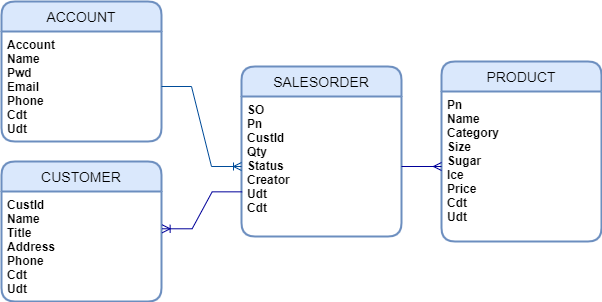
JWayneLink/KingsTeaApi keeps this draw.io diagram as KingsTeaAppDatabaseEntity.png. Above is the earlier version. Source tidied: cells renumbered, new cells last; positions are measured from the earlier drawing's top-left corner, leaving out a move shared by most shapes. The source it was exported from:
```xml
<mxGraphModel>
  <root>
    <mxCell id="0" />
    <mxCell id="1" parent="0" />
    <mxCell id="2" value="ACCOUNT" style="swimlane;horizontal=1;startSize=30;rounded=1;fontSize=14;fontStyle=0;strokeWidth=2;shadow=0;dashed=0;align=center;fillColor=#dae8fc;strokeColor=#6c8ebf;" parent="1" vertex="1">
      <mxGeometry width="160" height="140" as="geometry" />
    </mxCell>
    <mxCell id="3" value="Account&#10;Name&#10;Pwd&#10;Email&#10;Phone&#10;Cdt&#10;Udt" style="align=left;strokeColor=none;fillColor=none;spacingLeft=4;fontSize=12;verticalAlign=top;fontStyle=1;" parent="2" vertex="1">
      <mxGeometry y="30" width="160" height="110" as="geometry" />
    </mxCell>
    <mxCell id="4" value="PRODUCT" style="swimlane;horizontal=1;startSize=30;rounded=1;fontSize=14;fontStyle=0;strokeWidth=2;shadow=0;dashed=0;align=center;fillColor=#dae8fc;strokeColor=#6c8ebf;" parent="1" vertex="1">
      <mxGeometry x="440" y="60" width="160" height="180" as="geometry" />
    </mxCell>
    <mxCell id="5" value="Pn&#10;Name&#10;Category&#10;Size&#10;Sugar&#10;Ice&#10;Price&#10;Cdt&#10;Udt" style="align=left;strokeColor=none;fillColor=none;spacingLeft=4;fontSize=12;verticalAlign=top;fontStyle=1;" parent="4" vertex="1">
      <mxGeometry y="30" width="160" height="150" as="geometry" />
    </mxCell>
    <mxCell id="6" value="CUSTOMER" style="swimlane;horizontal=1;startSize=30;rounded=1;fontSize=14;fontStyle=0;strokeWidth=2;shadow=0;dashed=0;align=center;fillColor=#dae8fc;strokeColor=#6c8ebf;" parent="1" vertex="1">
      <mxGeometry y="160" width="160" height="140" as="geometry" />
    </mxCell>
    <mxCell id="7" value="CustId&#10;Name&#10;Title&#10;Address&#10;Phone&#10;Cdt&#10;Udt" style="align=left;strokeColor=none;fillColor=none;spacingLeft=4;fontSize=12;verticalAlign=top;fontStyle=1;" parent="6" vertex="1">
      <mxGeometry y="30" width="160" height="110" as="geometry" />
    </mxCell>
    <mxCell id="8" value="SALESORDER" style="swimlane;horizontal=1;startSize=30;rounded=1;fontSize=14;fontStyle=0;strokeWidth=2;shadow=0;dashed=0;align=center;fillColor=#dae8fc;strokeColor=#6c8ebf;" parent="1" vertex="1">
      <mxGeometry x="240" y="65" width="160" height="170" as="geometry" />
    </mxCell>
    <mxCell id="9" value="SO&#10;Pn&#10;CustId&#10;Qty&#10;Status&#10;Creator&#10;Udt&#10;Cdt" style="align=left;strokeColor=none;fillColor=none;spacingLeft=4;fontSize=12;verticalAlign=top;fontStyle=1;" parent="8" vertex="1">
      <mxGeometry y="30" width="160" height="140" as="geometry" />
    </mxCell>
    <mxCell id="10" style="edgeStyle=entityRelationEdgeStyle;fontSize=12;html=1;endArrow=ERmany;rounded=0;exitX=1;exitY=0.5;exitDx=0;exitDy=0;strokeColor=#000099;" parent="1" edge="1" source="9" target="5">
      <mxGeometry relative="1" as="geometry" />
    </mxCell>
    <mxCell id="11" style="edgeStyle=entityRelationEdgeStyle;fontSize=12;html=1;endArrow=ERoneToMany;rounded=0;entryX=0;entryY=0.5;entryDx=0;entryDy=0;exitX=1;exitY=0.5;exitDx=0;exitDy=0;fillColor=#dae8fc;strokeColor=#004C99;" parent="1" edge="1" source="3" target="9">
      <mxGeometry relative="1" as="geometry" />
    </mxCell>
    <mxCell id="12" style="edgeStyle=entityRelationEdgeStyle;fontSize=12;html=1;endArrow=ERoneToMany;rounded=0;exitX=0.004;exitY=0.681;exitDx=0;exitDy=0;exitPerimeter=0;entryX=1.004;entryY=0.339;entryDx=0;entryDy=0;entryPerimeter=0;strokeColor=#000099;" parent="1" edge="1" source="9" target="7">
      <mxGeometry relative="1" as="geometry" />
    </mxCell>
  </root>
</mxGraphModel>
```
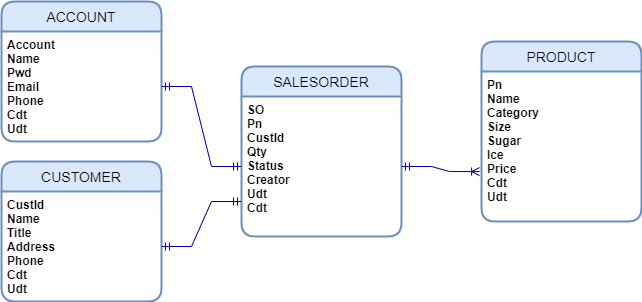
The same diagram one commit later.

The edit, as a diff of the source:
```diff
@@ -9,7 +9,7 @@
       <mxGeometry y="30" width="160" height="110" as="geometry" />
     </mxCell>
     <mxCell id="4" value="PRODUCT" style="swimlane;horizontal=1;startSize=30;rounded=1;fontSize=14;fontStyle=0;strokeWidth=2;shadow=0;dashed=0;align=center;fillColor=#dae8fc;strokeColor=#6c8ebf;" parent="1" vertex="1">
-      <mxGeometry x="440" y="60" width="160" height="180" as="geometry" />
+      <mxGeometry x="480" y="40" width="160" height="180" as="geometry" />
     </mxCell>
     <mxCell id="5" value="Pn&#10;Name&#10;Category&#10;Size&#10;Sugar&#10;Ice&#10;Price&#10;Cdt&#10;Udt" style="align=left;strokeColor=none;fillColor=none;spacingLeft=4;fontSize=12;verticalAlign=top;fontStyle=1;" parent="4" vertex="1">
       <mxGeometry y="30" width="160" height="150" as="geometry" />
@@ -26,14 +26,14 @@
     <mxCell id="9" value="SO&#10;Pn&#10;CustId&#10;Qty&#10;Status&#10;Creator&#10;Udt&#10;Cdt" style="align=left;strokeColor=none;fillColor=none;spacingLeft=4;fontSize=12;verticalAlign=top;fontStyle=1;" parent="8" vertex="1">
       <mxGeometry y="30" width="160" height="140" as="geometry" />
     </mxCell>
+    <mxCell id="11" style="edgeStyle=entityRelationEdgeStyle;fontSize=12;html=1;endArrow=ERmandOne;startArrow=ERmandOne;rounded=0;exitX=1;exitY=0.5;exitDx=0;exitDy=0;entryX=0;entryY=0.5;entryDx=0;entryDy=0;strokeColor=#000099;" parent="1" edge="1" source="3" target="9">
+      <mxGeometry relative="1" as="geometry" />
+    </mxCell>
-    <mxCell id="10" style="edgeStyle=entityRelationEdgeStyle;fontSize=12;html=1;endArrow=ERmany;rounded=0;exitX=1;exitY=0.5;exitDx=0;exitDy=0;strokeColor=#000099;" parent="1" edge="1" source="9" target="5">
+    <mxCell id="10" style="edgeStyle=entityRelationEdgeStyle;fontSize=12;html=1;endArrow=ERoneToMany;startArrow=ERmandOne;rounded=0;exitX=1;exitY=0.5;exitDx=0;exitDy=0;entryX=-0.012;entryY=0.667;entryDx=0;entryDy=0;entryPerimeter=0;strokeColor=#000099;" parent="1" edge="1" source="9" target="5">
       <mxGeometry relative="1" as="geometry" />
     </mxCell>
-    <mxCell id="11" style="edgeStyle=entityRelationEdgeStyle;fontSize=12;html=1;endArrow=ERoneToMany;rounded=0;entryX=0;entryY=0.5;entryDx=0;entryDy=0;exitX=1;exitY=0.5;exitDx=0;exitDy=0;fillColor=#dae8fc;strokeColor=#004C99;" parent="1" edge="1" source="3" target="9">
-      <mxGeometry relative="1" as="geometry" />
-    </mxCell>
-    <mxCell id="12" style="edgeStyle=entityRelationEdgeStyle;fontSize=12;html=1;endArrow=ERoneToMany;rounded=0;exitX=0.004;exitY=0.681;exitDx=0;exitDy=0;exitPerimeter=0;entryX=1.004;entryY=0.339;entryDx=0;entryDy=0;entryPerimeter=0;strokeColor=#000099;" parent="1" edge="1" source="9" target="7">
-      <mxGeometry relative="1" as="geometry" />
-    </mxCell>
+    <mxCell id="13" style="edgeStyle=entityRelationEdgeStyle;fontSize=12;html=1;endArrow=ERmandOne;startArrow=ERmandOne;rounded=0;exitX=1;exitY=0.5;exitDx=0;exitDy=0;entryX=0;entryY=0.75;entryDx=0;entryDy=0;strokeColor=#000099;" parent="1" edge="1" source="7" target="9">
+      <mxGeometry relative="1" as="geometry" />
+    </mxCell>
   </root>
 </mxGraphModel>
```
